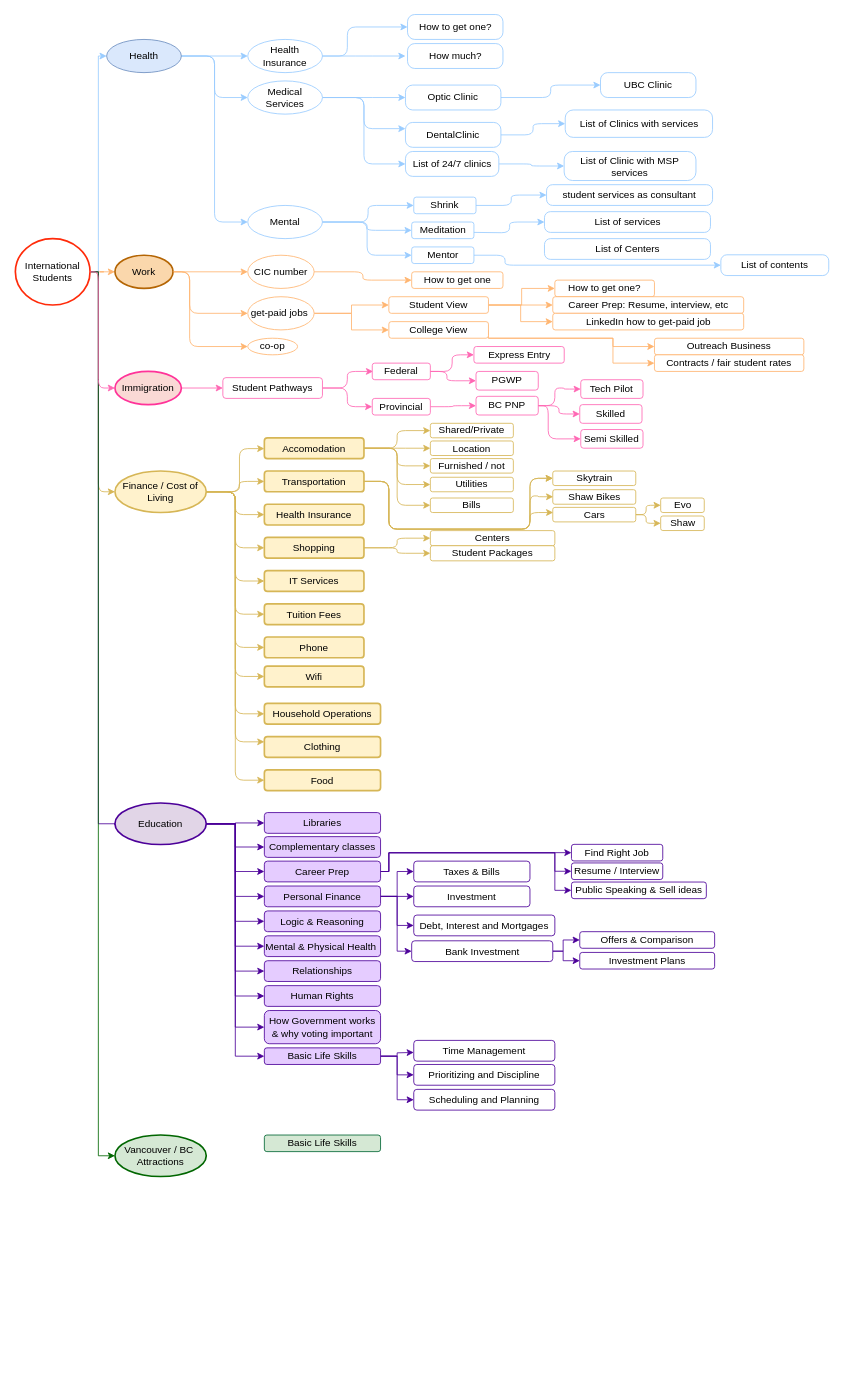
Above: Untitled Diagram.drawio in Elaheh-sharafian/portfolio (draw.io), before the change. Source tidied: cells renumbered, new cells numbered last; positions are measured from the earlier drawing's top-left corner, leaving out a move shared by most shapes. Both pictures are drawn from the tidied source at 83%, with x=0, y=0 at pixel (15, 14).
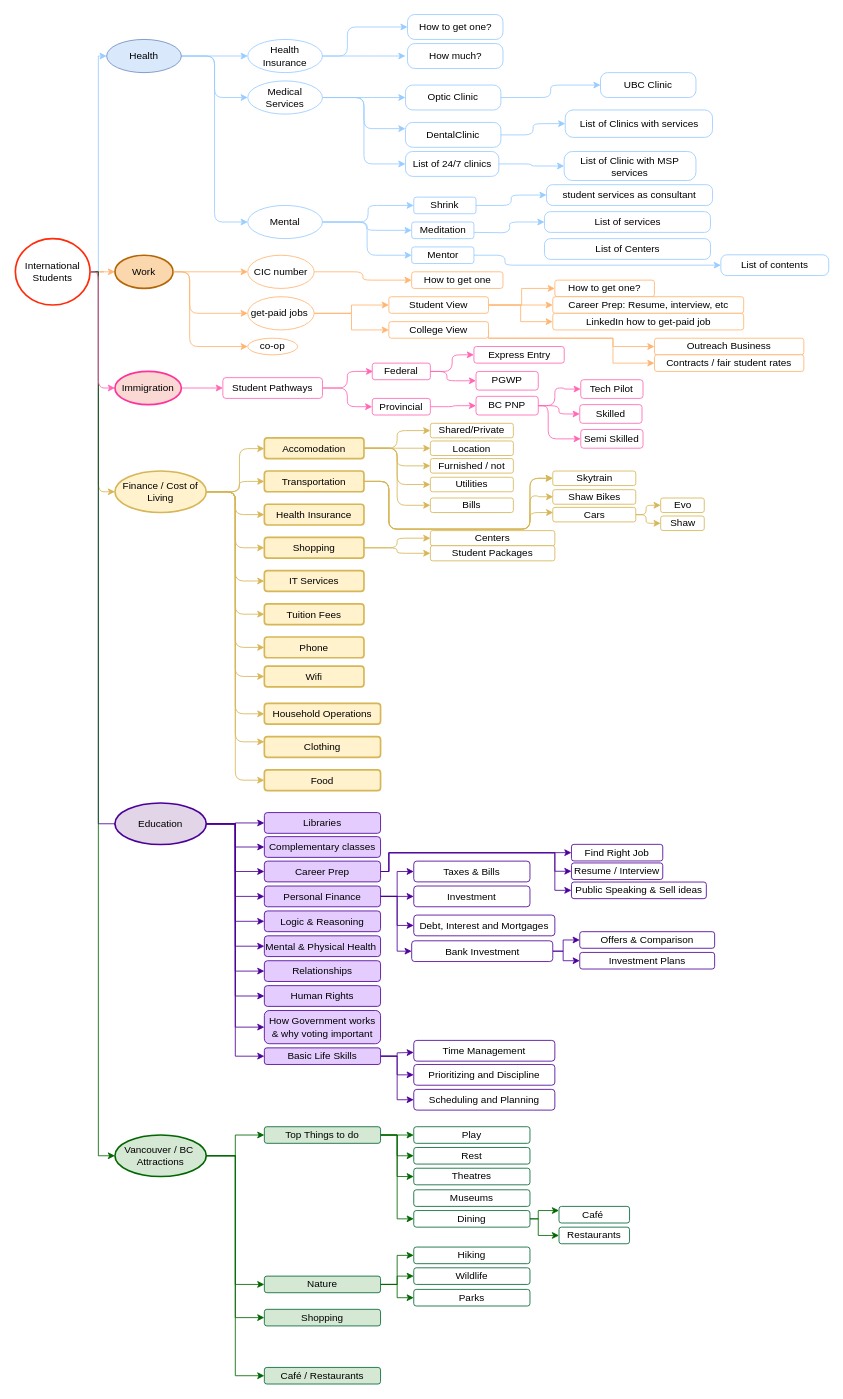
The same diagram, later.

Unchanged cells that the change refers to:
```xml
<mxCell id="177" value="Vancouver / BC&amp;nbsp;&lt;br&gt;Attractions" style="ellipse;whiteSpace=wrap;html=1;strokeWidth=2;fillColor=#d5e8d4;strokeColor=#006600;" parent="1" vertex="1">
  <mxGeometry x="120" y="1350" width="110" height="50" as="geometry" />
</mxCell>
```

Change to the diagram source:
```diff
@@
+    <mxCell id="184" style="edgeStyle=orthogonalEdgeStyle;rounded=0;jettySize=auto;html=1;entryX=0;entryY=0.5;entryDx=0;entryDy=0;strokeColor=#006600;" parent="1" edge="1" source="177" target="196">
+      <mxGeometry relative="1" as="geometry" />
+    </mxCell>
+    <mxCell id="185" style="edgeStyle=orthogonalEdgeStyle;rounded=0;jettySize=auto;html=1;exitX=1;exitY=0.5;exitDx=0;exitDy=0;entryX=0;entryY=0.5;entryDx=0;entryDy=0;strokeColor=#006600;" parent="1" edge="1" source="177" target="183">
+      <mxGeometry relative="1" as="geometry" />
+    </mxCell>
+    <mxCell id="186" style="edgeStyle=orthogonalEdgeStyle;rounded=0;jettySize=auto;html=1;exitX=1;exitY=0.5;exitDx=0;exitDy=0;entryX=0;entryY=0.5;entryDx=0;entryDy=0;strokeColor=#006600;" parent="1" edge="1" source="177" target="191">
+      <mxGeometry relative="1" as="geometry" />
+    </mxCell>
+    <mxCell id="187" style="edgeStyle=orthogonalEdgeStyle;rounded=0;jettySize=auto;html=1;exitX=1;exitY=0.5;exitDx=0;exitDy=0;entryX=0;entryY=0.5;entryDx=0;entryDy=0;strokeColor=#006600;" parent="1" edge="1" source="177" target="197">
+      <mxGeometry relative="1" as="geometry" />
+    </mxCell>
@@
+    <mxCell id="188" style="edgeStyle=orthogonalEdgeStyle;rounded=0;jettySize=auto;html=1;entryX=0;entryY=0.5;entryDx=0;entryDy=0;strokeColor=#006600;" parent="1" edge="1" source="183" target="203">
+      <mxGeometry relative="1" as="geometry" />
+    </mxCell>
+    <mxCell id="189" style="edgeStyle=orthogonalEdgeStyle;rounded=0;jettySize=auto;html=1;entryX=0;entryY=0.5;entryDx=0;entryDy=0;strokeColor=#006600;" parent="1" edge="1" source="183" target="204">
+      <mxGeometry relative="1" as="geometry" />
+    </mxCell>
+    <mxCell id="190" style="edgeStyle=orthogonalEdgeStyle;rounded=0;jettySize=auto;html=1;exitX=1;exitY=0.5;exitDx=0;exitDy=0;entryX=0;entryY=0.5;entryDx=0;entryDy=0;strokeColor=#006600;" parent="1" edge="1" source="183" target="202">
+      <mxGeometry relative="1" as="geometry" />
+    </mxCell>
-    <mxCell id="183" value="Basic Life Skills" style="whiteSpace=wrap;html=1;strokeWidth=1;rounded=1;fillColor=#D5E8D4;strokeColor=#006633;" parent="1" vertex="1">
-      <mxGeometry x="300" y="1350" width="140" height="20" as="geometry" />
+    <mxCell id="183" value="Nature" style="whiteSpace=wrap;html=1;strokeWidth=1;rounded=1;fillColor=#D5E8D4;strokeColor=#006633;" parent="1" vertex="1">
+      <mxGeometry x="300" y="1520" width="140" height="20" as="geometry" />
     </mxCell>
+    <mxCell id="191" value="Shopping" style="whiteSpace=wrap;html=1;strokeWidth=1;rounded=1;fillColor=#D5E8D4;strokeColor=#006633;" parent="1" vertex="1">
+      <mxGeometry x="300" y="1560" width="140" height="20" as="geometry" />
+    </mxCell>
+    <mxCell id="192" style="edgeStyle=orthogonalEdgeStyle;rounded=0;jettySize=auto;html=1;entryX=0;entryY=0.5;entryDx=0;entryDy=0;strokeColor=#006600;" parent="1" edge="1" source="196" target="198">
+      <mxGeometry relative="1" as="geometry" />
+    </mxCell>
+    <mxCell id="193" style="edgeStyle=orthogonalEdgeStyle;rounded=0;jettySize=auto;html=1;exitX=1;exitY=0.5;exitDx=0;exitDy=0;entryX=0;entryY=0.5;entryDx=0;entryDy=0;strokeColor=#006600;" parent="1" edge="1" source="196" target="199">
+      <mxGeometry relative="1" as="geometry" />
+    </mxCell>
+    <mxCell id="194" style="edgeStyle=orthogonalEdgeStyle;rounded=0;jettySize=auto;html=1;exitX=1;exitY=0.5;exitDx=0;exitDy=0;entryX=0;entryY=0.5;entryDx=0;entryDy=0;strokeColor=#006600;" parent="1" edge="1" source="196" target="200">
+      <mxGeometry relative="1" as="geometry">
+        <Array as="points">
+          <mxPoint x="460" y="1350" />
+          <mxPoint x="460" y="1400" />
+        </Array>
+      </mxGeometry>
+    </mxCell>
+    <mxCell id="195" style="edgeStyle=orthogonalEdgeStyle;rounded=0;jettySize=auto;html=1;exitX=1;exitY=0.5;exitDx=0;exitDy=0;entryX=0;entryY=0.5;entryDx=0;entryDy=0;strokeColor=#006600;" parent="1" edge="1" source="196" target="207">
+      <mxGeometry relative="1" as="geometry" />
+    </mxCell>
+    <mxCell id="196" value="Top Things to do" style="whiteSpace=wrap;html=1;strokeWidth=1;rounded=1;fillColor=#D5E8D4;strokeColor=#006633;" parent="1" vertex="1">
+      <mxGeometry x="300" y="1340" width="140" height="20" as="geometry" />
+    </mxCell>
+    <mxCell id="197" value="Café / Restaurants" style="whiteSpace=wrap;html=1;strokeWidth=1;rounded=1;fillColor=#D5E8D4;strokeColor=#006633;" parent="1" vertex="1">
+      <mxGeometry x="300" y="1630" width="140" height="20" as="geometry" />
+    </mxCell>
+    <mxCell id="198" value="Play" style="whiteSpace=wrap;html=1;strokeWidth=1;rounded=1;strokeColor=#006633;fillColor=#FFFFFF;" parent="1" vertex="1">
+      <mxGeometry x="480" y="1340" width="140" height="20" as="geometry" />
+    </mxCell>
+    <mxCell id="199" value="Rest" style="whiteSpace=wrap;html=1;strokeWidth=1;rounded=1;strokeColor=#006633;fillColor=#FFFFFF;" parent="1" vertex="1">
+      <mxGeometry x="480" y="1365" width="140" height="20" as="geometry" />
+    </mxCell>
+    <mxCell id="200" value="Theatres" style="whiteSpace=wrap;html=1;strokeWidth=1;rounded=1;strokeColor=#006633;fillColor=#FFFFFF;" parent="1" vertex="1">
+      <mxGeometry x="480" y="1390" width="140" height="20" as="geometry" />
+    </mxCell>
+    <mxCell id="201" value="Museums" style="whiteSpace=wrap;html=1;strokeWidth=1;rounded=1;strokeColor=#006633;fillColor=#FFFFFF;" parent="1" vertex="1">
+      <mxGeometry x="480" y="1416" width="140" height="20" as="geometry" />
+    </mxCell>
+    <mxCell id="202" value="Hiking" style="whiteSpace=wrap;html=1;strokeWidth=1;rounded=1;strokeColor=#006633;fillColor=#FFFFFF;" parent="1" vertex="1">
+      <mxGeometry x="480" y="1485" width="140" height="20" as="geometry" />
+    </mxCell>
+    <mxCell id="203" value="Wildlife" style="whiteSpace=wrap;html=1;strokeWidth=1;rounded=1;strokeColor=#006633;fillColor=#FFFFFF;" parent="1" vertex="1">
+      <mxGeometry x="480" y="1510" width="140" height="20" as="geometry" />
+    </mxCell>
+    <mxCell id="204" value="Parks" style="whiteSpace=wrap;html=1;strokeWidth=1;rounded=1;strokeColor=#006633;fillColor=#FFFFFF;" parent="1" vertex="1">
+      <mxGeometry x="480" y="1536" width="140" height="20" as="geometry" />
+    </mxCell>
+    <mxCell id="205" style="edgeStyle=orthogonalEdgeStyle;rounded=0;jettySize=auto;html=1;exitX=1;exitY=0.5;exitDx=0;exitDy=0;entryX=0;entryY=0.25;entryDx=0;entryDy=0;strokeColor=#006600;" parent="1" edge="1" source="207" target="208">
+      <mxGeometry relative="1" as="geometry">
+        <Array as="points">
+          <mxPoint x="630" y="1451" />
+          <mxPoint x="630" y="1441" />
+        </Array>
+      </mxGeometry>
+    </mxCell>
+    <mxCell id="206" style="edgeStyle=orthogonalEdgeStyle;rounded=0;jettySize=auto;html=1;exitX=1;exitY=0.5;exitDx=0;exitDy=0;entryX=0;entryY=0.5;entryDx=0;entryDy=0;strokeColor=#006600;" parent="1" edge="1" source="207" target="209">
+      <mxGeometry relative="1" as="geometry">
+        <Array as="points">
+          <mxPoint x="630" y="1451" />
+          <mxPoint x="630" y="1471" />
+        </Array>
+      </mxGeometry>
+    </mxCell>
+    <mxCell id="207" value="Dining" style="whiteSpace=wrap;html=1;strokeWidth=1;rounded=1;strokeColor=#006633;fillColor=#FFFFFF;" parent="1" vertex="1">
+      <mxGeometry x="480" y="1441" width="140" height="20" as="geometry" />
+    </mxCell>
+    <mxCell id="208" value="Café&amp;nbsp;" style="whiteSpace=wrap;html=1;strokeWidth=1;rounded=1;strokeColor=#006633;fillColor=#FFFFFF;" parent="1" vertex="1">
+      <mxGeometry x="655" y="1436" width="85" height="20" as="geometry" />
+    </mxCell>
+    <mxCell id="209" value="Restaurants" style="whiteSpace=wrap;html=1;strokeWidth=1;rounded=1;strokeColor=#006633;fillColor=#FFFFFF;" parent="1" vertex="1">
+      <mxGeometry x="655" y="1461" width="85" height="20" as="geometry" />
+    </mxCell>
```
